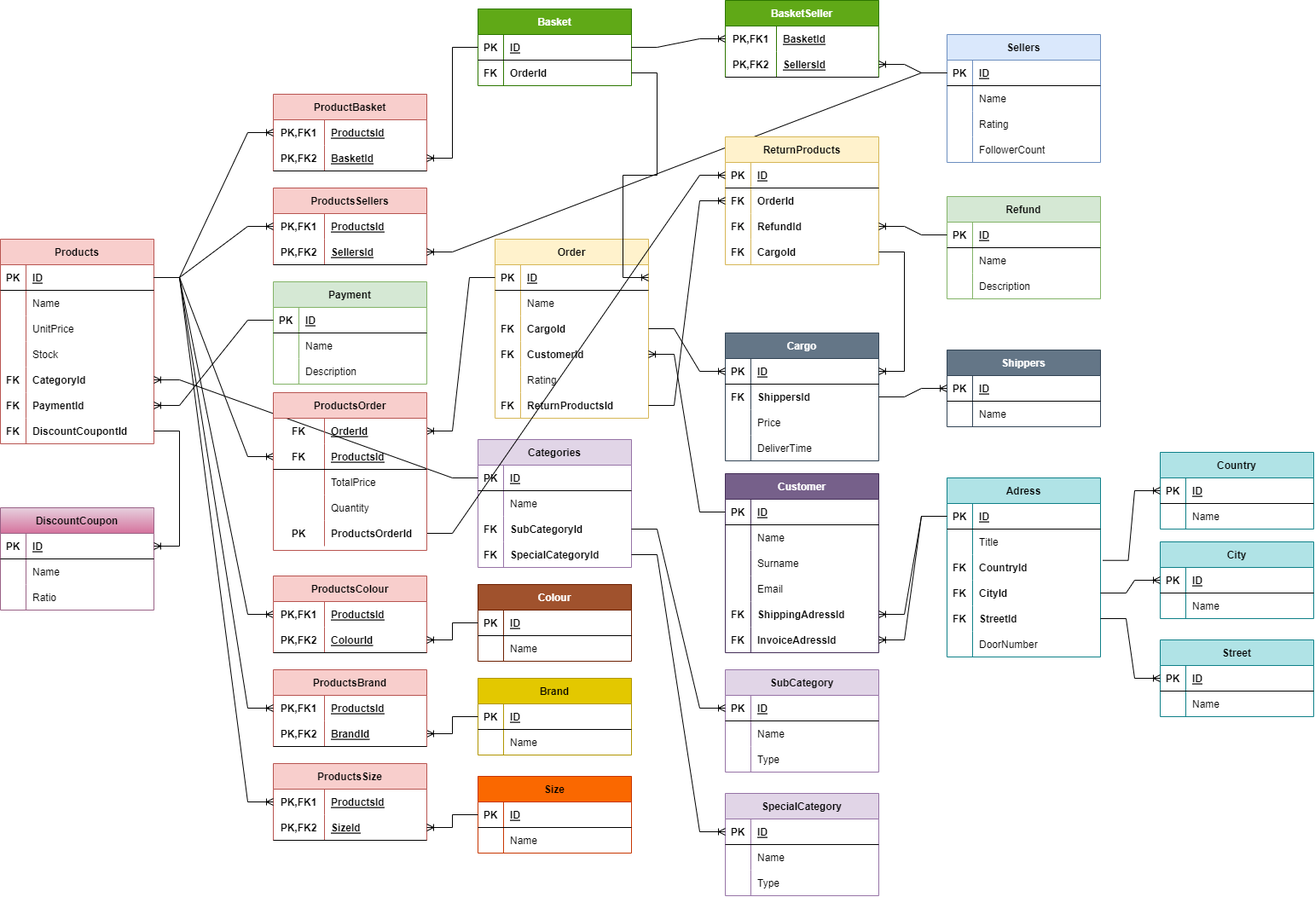
Earlier version of the draw.io export 24-11-2022_Pair9_HW.drawio.png (ZakirMK/Etiya-Akademi). Source tidied: cells renumbered, new cells last; positions are measured from the earlier drawing's top-left corner, leaving out a move shared by most shapes.
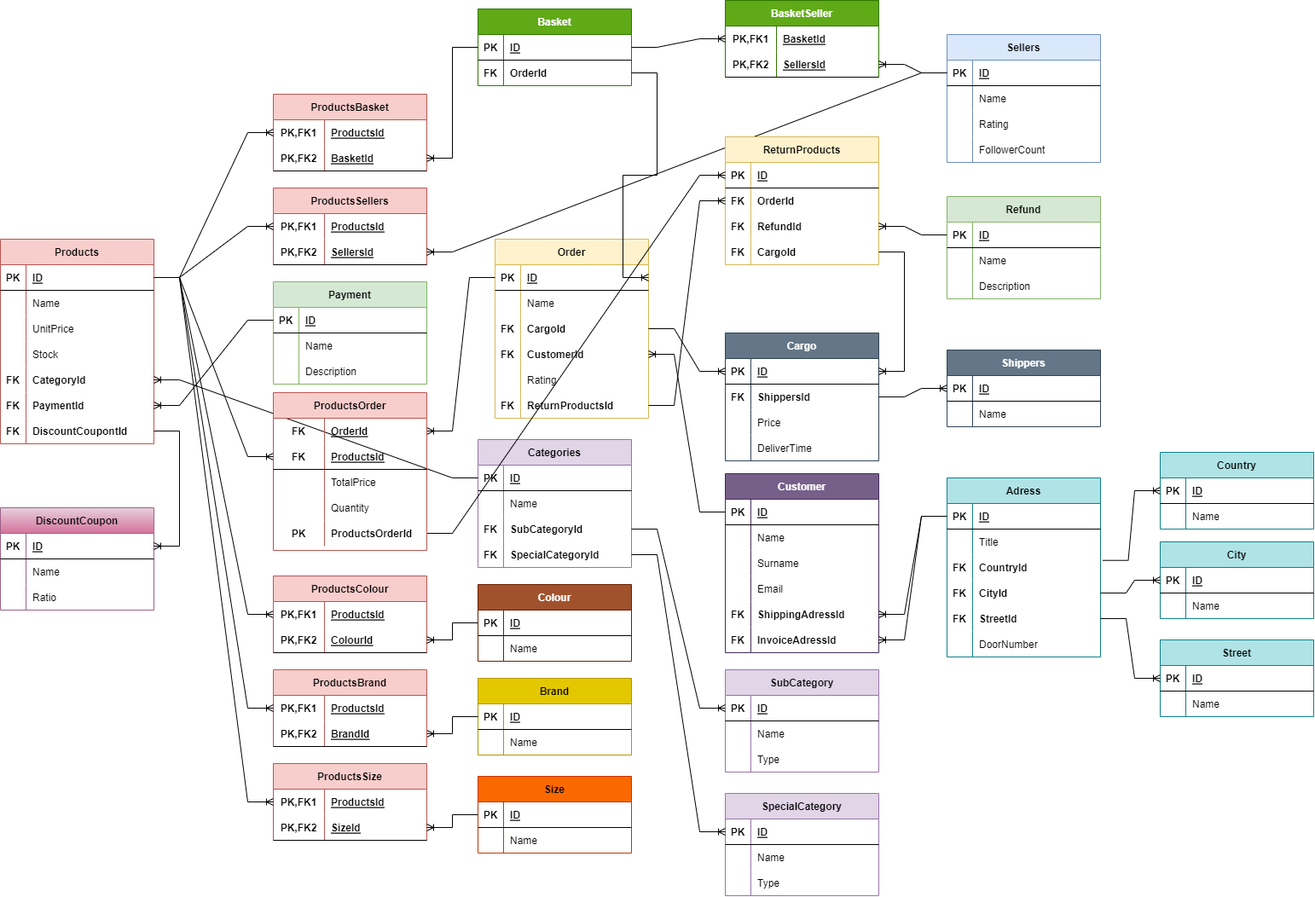
Above is the later version.

The edit, as a diff of the source:
```diff
@@ -593,7 +593,7 @@
     <mxCell id="198" value="OrderId" style="shape=partialRectangle;fillColor=none;top=0;left=0;bottom=0;right=0;align=left;spacingLeft=6;overflow=hidden;fontStyle=1;" parent="196" vertex="1">
       <mxGeometry x="30" width="150" height="30" as="geometry" />
     </mxCell>
-    <mxCell id="199" value="ProductBasket" style="shape=table;startSize=30;rowLines=0;fontStyle=1;align=center;fillColor=#f8cecc;strokeColor=#b85450;" parent="1" vertex="1">
+    <mxCell id="199" value="ProductsBasket" style="shape=table;startSize=30;rowLines=0;fontStyle=1;align=center;fillColor=#f8cecc;strokeColor=#b85450;" parent="1" vertex="1">
       <mxGeometry x="320" y="110" width="180" height="90" as="geometry" />
     </mxCell>
     <mxCell id="200" style="shape=tableRow;horizontal=0;startSize=0;swimlaneHead=0;swimlaneBody=0;fillColor=none;points=[[0,0.5],[1,0.5]];portConstraint=eastwest;top=0;left=0;right=0;bottom=0;" parent="199" vertex="1">
```
